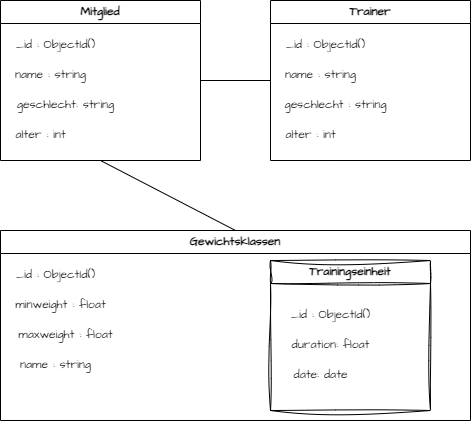
This is KN02/B_Diagramm.png from Noah8820/m165_2024, a draw.io export, as it was before one commit. Source tidied: cells renumbered, new cells last; positions are measured from the earlier drawing's top-left corner, leaving out a move shared by most shapes.
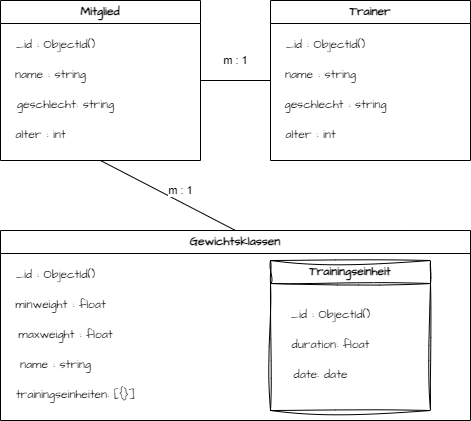
Above is the later version.

Diff of the diagram source:
```diff
@@ -59,11 +59,22 @@
     <mxCell id="20" value="name : string" style="text;html=1;align=center;verticalAlign=middle;strokeColor=none;fillColor=none;fontFamily=Architects Daughter;fontSource=https%3A%2F%2Ffonts.googleapis.com%2Fcss%3Ffamily%3DArchitects%2BDaughter;" parent="12" vertex="1">
       <mxGeometry x="10" y="120" width="90" height="30" as="geometry" />
     </mxCell>
+    <mxCell id="23" value="trainingseinheiten: [{}]" style="text;html=1;align=center;verticalAlign=middle;strokeColor=none;fillColor=none;fontFamily=Architects Daughter;fontSource=https%3A%2F%2Ffonts.googleapis.com%2Fcss%3Ffamily%3DArchitects%2BDaughter;" parent="12" vertex="1">
+      <mxGeometry x="5" y="150" width="140" height="30" as="geometry" />
+    </mxCell>
     <mxCell id="21" style="endArrow=none;html=1;rounded=0;hachureGap=4;fontFamily=Architects Daughter;fontSource=https%3A%2F%2Ffonts.googleapis.com%2Fcss%3Ffamily%3DArchitects%2BDaughter;entryX=0;entryY=0.5;entryDx=0;entryDy=0;exitX=1;exitY=0.5;exitDx=0;exitDy=0;" parent="1" edge="1" source="2" target="7">
       <mxGeometry relative="1" as="geometry" />
     </mxCell>
+    <mxCell id="24" value="&lt;font face=&quot;Helvetica&quot;&gt;m : 1&lt;/font&gt;" style="edgeLabel;html=1;align=center;verticalAlign=middle;sketch=1;hachureGap=4;jiggle=2;curveFitting=1;fontFamily=Architects Daughter;fontSource=https%3A%2F%2Ffonts.googleapis.com%2Fcss%3Ffamily%3DArchitects%2BDaughter;" parent="21" vertex="1">
+      <mxGeometry x="-0.18" y="1" relative="1" as="geometry">
+        <mxPoint x="6" y="-19" as="offset" />
+      </mxGeometry>
+    </mxCell>
     <mxCell id="22" style="endArrow=none;html=1;rounded=0;hachureGap=4;fontFamily=Architects Daughter;fontSource=https%3A%2F%2Ffonts.googleapis.com%2Fcss%3Ffamily%3DArchitects%2BDaughter;entryX=0.5;entryY=1;entryDx=0;entryDy=0;exitX=0.5;exitY=0;exitDx=0;exitDy=0;" parent="1" edge="1" source="12" target="2">
       <mxGeometry relative="1" as="geometry" />
     </mxCell>
+    <mxCell id="25" value="&lt;font face=&quot;Helvetica&quot;&gt;m : 1&lt;/font&gt;" style="edgeLabel;html=1;align=center;verticalAlign=middle;sketch=1;hachureGap=4;jiggle=2;curveFitting=1;fontFamily=Architects Daughter;fontSource=https%3A%2F%2Ffonts.googleapis.com%2Fcss%3Ffamily%3DArchitects%2BDaughter;" parent="1" vertex="1">
+      <mxGeometry x="180" y="190" as="geometry" />
+    </mxCell>
   </root>
 </mxGraphModel>
```
